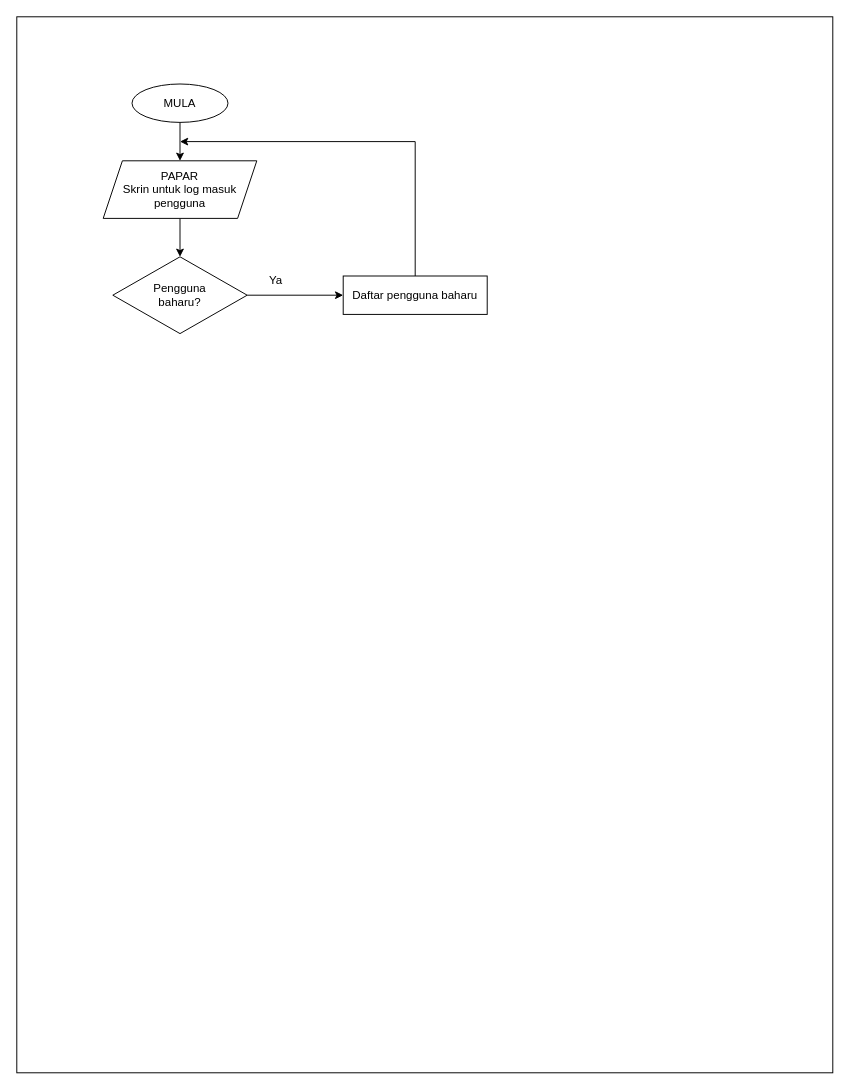
Before: graphs/skkerjakursusshit2021.drawio in halouthere233/skkerjakursus2021private, a draw.io diagram. Source tidied: cells renumbered, new cells numbered last; positions are measured from the earlier drawing's top-left corner, leaving out a move shared by most shapes. Both pictures are drawn from the tidied source at 96%, with x=0, y=0 at pixel (16, 16).
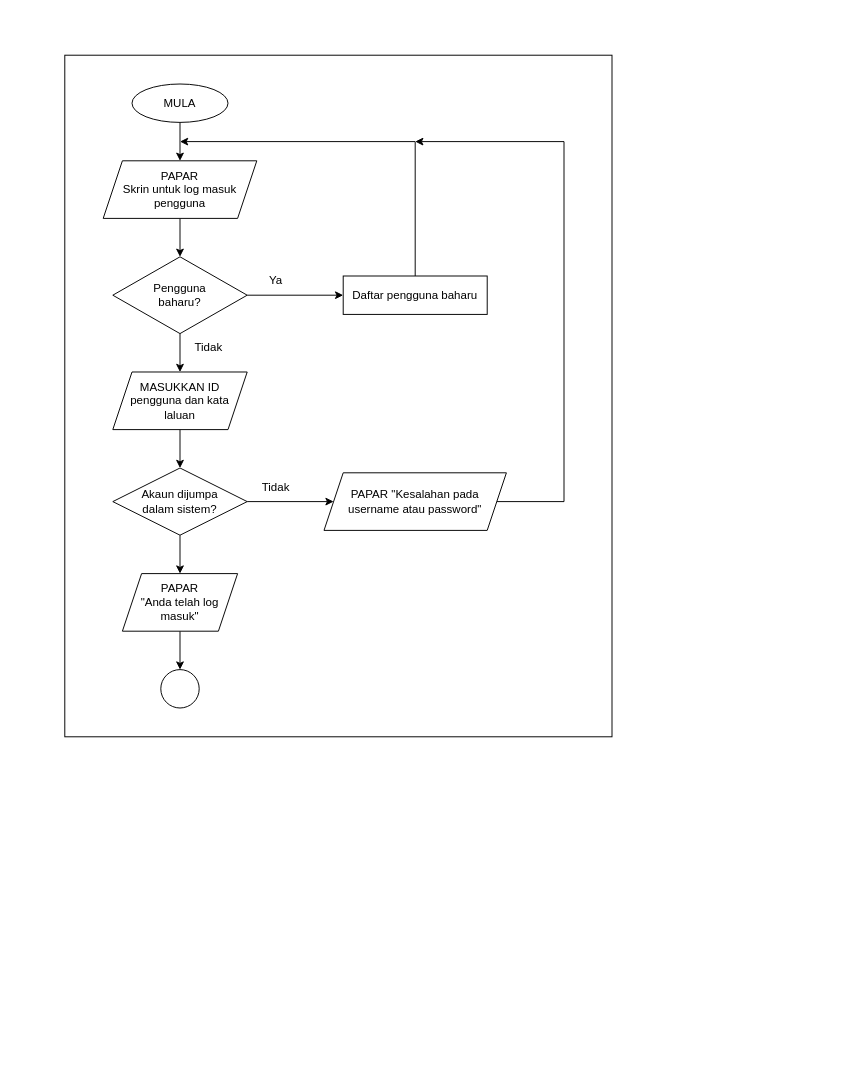
The same diagram, later.

The change refers to these unchanged cells:
```xml
<mxCell id="8" value="Pengguna&lt;br&gt;baharu?" style="rhombus;whiteSpace=wrap;html=1;" parent="1" vertex="1">
  <mxGeometry x="100" y="250" width="140" height="80" as="geometry" />
</mxCell>
```

Change to the diagram source:
```diff
@@
     <mxCell id="2" style="rounded=0;whiteSpace=wrap;html=1;" parent="1" vertex="1">
-      <mxGeometry width="850" height="1100" as="geometry" />
+      <mxGeometry x="50" y="40" width="570" height="710" as="geometry" />
     </mxCell>
@@
+    <mxCell id="12" style="edgeStyle=orthogonalEdgeStyle;rounded=0;jettySize=auto;html=1;exitX=0.5;exitY=1;exitDx=0;exitDy=0;entryX=0.5;entryY=0;entryDx=0;entryDy=0;" parent="1" edge="1" source="8" target="14">
+      <mxGeometry relative="1" as="geometry" />
+    </mxCell>
@@
+    <mxCell id="13" style="edgeStyle=orthogonalEdgeStyle;rounded=0;jettySize=auto;html=1;exitX=0.5;exitY=1;exitDx=0;exitDy=0;entryX=0.5;entryY=0;entryDx=0;entryDy=0;" parent="1" edge="1" source="14" target="18">
+      <mxGeometry relative="1" as="geometry" />
+    </mxCell>
+    <mxCell id="14" value="MASUKKAN ID&lt;br&gt;pengguna dan kata laluan" style="shape=parallelogram;perimeter=parallelogramPerimeter;whiteSpace=wrap;html=1;fixedSize=1;" parent="1" vertex="1">
+      <mxGeometry x="100" y="370" width="140" height="60" as="geometry" />
+    </mxCell>
+    <mxCell id="15" value="Tidak" style="text;html=1;strokeColor=none;fillColor=none;align=center;verticalAlign=middle;whiteSpace=wrap;rounded=0;" parent="1" vertex="1">
+      <mxGeometry x="170" y="330" width="60" height="30" as="geometry" />
+    </mxCell>
+    <mxCell id="16" style="edgeStyle=orthogonalEdgeStyle;rounded=0;jettySize=auto;html=1;exitX=1;exitY=0.5;exitDx=0;exitDy=0;entryX=0;entryY=0.5;entryDx=0;entryDy=0;" parent="1" edge="1" source="18" target="20">
+      <mxGeometry relative="1" as="geometry" />
+    </mxCell>
+    <mxCell id="17" style="edgeStyle=orthogonalEdgeStyle;rounded=0;jettySize=auto;html=1;exitX=0.5;exitY=1;exitDx=0;exitDy=0;entryX=0.5;entryY=0;entryDx=0;entryDy=0;" parent="1" edge="1" source="18" target="23">
+      <mxGeometry relative="1" as="geometry" />
+    </mxCell>
+    <mxCell id="18" value="Akaun dijumpa&lt;br&gt;dalam sistem?" style="rhombus;whiteSpace=wrap;html=1;" parent="1" vertex="1">
+      <mxGeometry x="100" y="470" width="140" height="70" as="geometry" />
+    </mxCell>
+    <mxCell id="19" style="edgeStyle=orthogonalEdgeStyle;rounded=0;jettySize=auto;html=1;exitX=1;exitY=0.5;exitDx=0;exitDy=0;" parent="1" edge="1" source="20">
+      <mxGeometry relative="1" as="geometry">
+        <mxPoint x="415" y="130" as="targetPoint" />
+        <Array as="points">
+          <mxPoint x="570" y="505" />
+          <mxPoint x="570" y="130" />
+        </Array>
+      </mxGeometry>
+    </mxCell>
+    <mxCell id="20" value="PAPAR &quot;Kesalahan pada username atau password&quot;" style="shape=parallelogram;perimeter=parallelogramPerimeter;whiteSpace=wrap;html=1;fixedSize=1;" parent="1" vertex="1">
+      <mxGeometry x="320" y="475" width="190" height="60" as="geometry" />
+    </mxCell>
+    <mxCell id="21" value="Tidak" style="text;html=1;strokeColor=none;fillColor=none;align=center;verticalAlign=middle;whiteSpace=wrap;rounded=0;" parent="1" vertex="1">
+      <mxGeometry x="240" y="475" width="60" height="30" as="geometry" />
+    </mxCell>
+    <mxCell id="22" style="edgeStyle=orthogonalEdgeStyle;rounded=0;jettySize=auto;html=1;exitX=0.5;exitY=1;exitDx=0;exitDy=0;entryX=0.5;entryY=0;entryDx=0;entryDy=0;" parent="1" edge="1" source="23" target="24">
+      <mxGeometry relative="1" as="geometry" />
+    </mxCell>
+    <mxCell id="23" value="PAPAR&lt;br&gt;&quot;Anda telah log masuk&quot;" style="shape=parallelogram;perimeter=parallelogramPerimeter;whiteSpace=wrap;html=1;fixedSize=1;" parent="1" vertex="1">
+      <mxGeometry x="110" y="580" width="120" height="60" as="geometry" />
+    </mxCell>
+    <mxCell id="24" style="ellipse;whiteSpace=wrap;html=1;" parent="1" vertex="1">
+      <mxGeometry x="150" y="680" width="40" height="40" as="geometry" />
+    </mxCell>
```
